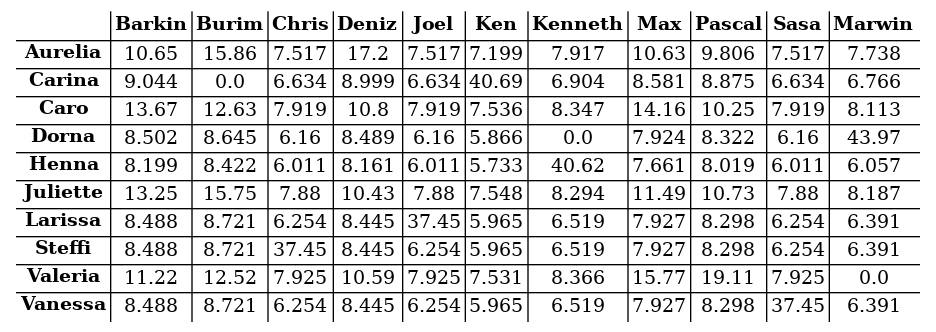
The Graphviz diagram s04/s04_tab.png in atticus-sullivan/sim-ayto, before a commit. Its source is kept beside it as s04/s04_tab.dot.
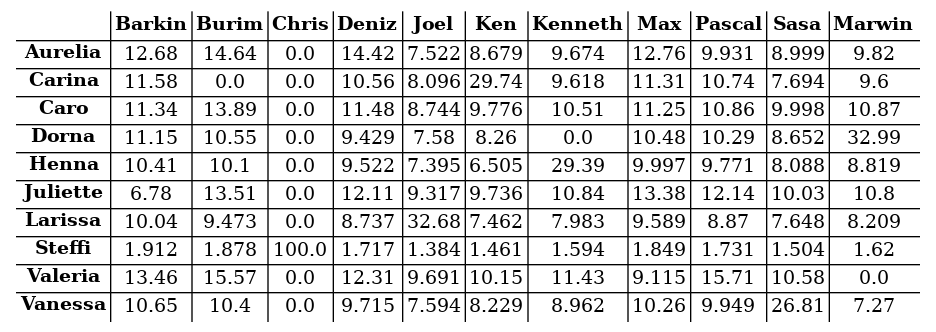
The same diagram one commit later.

Diff of the diagram source:
```diff
@@ -15,134 +15,134 @@
 <td><B>Marwin</B></td>
 </tr>
 <tr><td><B>Aurelia</B></td>
-<td><font color="black">10.65</font></td>
-<td><font color="black">15.86</font></td>
-<td><font color="black">7.517</font></td>
-<td><font color="black">17.2</font></td>
-<td><font color="black">7.517</font></td>
-<td><font color="black">7.199</font></td>
-<td><font color="black">7.917</font></td>
-<td><font color="black">10.63</font></td>
-<td><font color="black">9.806</font></td>
-<td><font color="black">7.517</font></td>
-<td><font color="black">7.738</font></td>
+<td><font color="black">12.68</font></td>
+<td><font color="black">14.64</font></td>
+<td><font color="black">0.0</font></td>
+<td><font color="black">14.42</font></td>
+<td><font color="black">7.522</font></td>
+<td><font color="black">8.679</font></td>
+<td><font color="black">9.674</font></td>
+<td><font color="black">12.76</font></td>
+<td><font color="black">9.931</font></td>
+<td><font color="black">8.999</font></td>
+<td><font color="black">9.82</font></td>
 </tr>
 <tr><td><B>Carina</B></td>
-<td><font color="black">9.044</font></td>
+<td><font color="black">11.58</font></td>
 <td><font color="black">0.0</font></td>
-<td><font color="black">6.634</font></td>
-<td><font color="black">8.999</font></td>
-<td><font color="black">6.634</font></td>
-<td><font color="black">40.69</font></td>
-<td><font color="black">6.904</font></td>
-<td><font color="black">8.581</font></td>
-<td><font color="black">8.875</font></td>
-<td><font color="black">6.634</font></td>
-<td><font color="black">6.766</font></td>
+<td><font color="black">0.0</font></td>
+<td><font color="black">10.56</font></td>
+<td><font color="black">8.096</font></td>
+<td><font color="black">29.74</font></td>
+<td><font color="black">9.618</font></td>
+<td><font color="black">11.31</font></td>
+<td><font color="black">10.74</font></td>
+<td><font color="black">7.694</font></td>
+<td><font color="black">9.6</font></td>
 </tr>
 <tr><td><B>Caro</B></td>
-<td><font color="black">13.67</font></td>
-<td><font color="black">12.63</font></td>
-<td><font color="black">7.919</font></td>
-<td><font color="black">10.8</font></td>
-<td><font color="black">7.919</font></td>
-<td><font color="black">7.536</font></td>
-<td><font color="black">8.347</font></td>
-<td><font color="black">14.16</font></td>
-<td><font color="black">10.25</font></td>
-<td><font color="black">7.919</font></td>
-<td><font color="black">8.113</font></td>
+<td><font color="black">11.34</font></td>
+<td><font color="black">13.89</font></td>
+<td><font color="black">0.0</font></td>
+<td><font color="black">11.48</font></td>
+<td><font color="black">8.744</font></td>
+<td><font color="black">9.776</font></td>
+<td><font color="black">10.51</font></td>
+<td><font color="black">11.25</font></td>
+<td><font color="black">10.86</font></td>
+<td><font color="black">9.998</font></td>
+<td><font color="black">10.87</font></td>
 </tr>
 <tr><td><B>Dorna</B></td>
-<td><font color="black">8.502</font></td>
-<td><font color="black">8.645</font></td>
-<td><font color="black">6.16</font></td>
-<td><font color="black">8.489</font></td>
-<td><font color="black">6.16</font></td>
-<td><font color="black">5.866</font></td>
+<td><font color="black">11.15</font></td>
+<td><font color="black">10.55</font></td>
 <td><font color="black">0.0</font></td>
-<td><font color="black">7.924</font></td>
-<td><font color="black">8.322</font></td>
-<td><font color="black">6.16</font></td>
-<td><font color="black">43.97</font></td>
+<td><font color="black">9.429</font></td>
+<td><font color="black">7.58</font></td>
+<td><font color="black">8.26</font></td>
+<td><font color="black">0.0</font></td>
+<td><font color="black">10.48</font></td>
+<td><font color="black">10.29</font></td>
+<td><font color="black">8.652</font></td>
+<td><font color="black">32.99</font></td>
 </tr>
 <tr><td><B>Henna</B></td>
-<td><font color="black">8.199</font></td>
-<td><font color="black">8.422</font></td>
-<td><font color="black">6.011</font></td>
-<td><font color="black">8.161</font></td>
-<td><font color="black">6.011</font></td>
-<td><font color="black">5.733</font></td>
-<td><font color="black">40.62</font></td>
-<td><font color="black">7.661</font></td>
-<td><font color="black">8.019</font></td>
-<td><font color="black">6.011</font></td>
-<td><font color="black">6.057</font></td>
+<td><font color="black">10.41</font></td>
+<td><font color="black">10.1</font></td>
+<td><font color="black">0.0</font></td>
+<td><font color="black">9.522</font></td>
+<td><font color="black">7.395</font></td>
+<td><font color="black">6.505</font></td>
+<td><font color="black">29.39</font></td>
+<td><font color="black">9.997</font></td>
+<td><font color="black">9.771</font></td>
+<td><font color="black">8.088</font></td>
+<td><font color="black">8.819</font></td>
 </tr>
 <tr><td><B>Juliette</B></td>
-<td><font color="black">13.25</font></td>
-<td><font color="black">15.75</font></td>
-<td><font color="black">7.88</font></td>
-<td><font color="black">10.43</font></td>
-<td><font color="black">7.88</font></td>
-<td><font color="black">7.548</font></td>
-<td><font color="black">8.294</font></td>
-<td><font color="black">11.49</font></td>
-<td><font color="black">10.73</font></td>
-<td><font color="black">7.88</font></td>
-<td><font color="black">8.187</font></td>
+<td><font color="black">6.78</font></td>
+<td><font color="black">13.51</font></td>
+<td><font color="black">0.0</font></td>
+<td><font color="black">12.11</font></td>
+<td><font color="black">9.317</font></td>
+<td><font color="black">9.736</font></td>
+<td><font color="black">10.84</font></td>
+<td><font color="black">13.38</font></td>
+<td><font color="black">12.14</font></td>
+<td><font color="black">10.03</font></td>
+<td><font color="black">10.8</font></td>
 </tr>
 <tr><td><B>Larissa</B></td>
-<td><font color="black">8.488</font></td>
-<td><font color="black">8.721</font></td>
-<td><font color="black">6.254</font></td>
-<td><font color="black">8.445</font></td>
-<td><font color="black">37.45</font></td>
-<td><font color="black">5.965</font></td>
-<td><font color="black">6.519</font></td>
-<td><font color="black">7.927</font></td>
-<td><font color="black">8.298</font></td>
-<td><font color="black">6.254</font></td>
-<td><font color="black">6.391</font></td>
+<td><font color="black">10.04</font></td>
+<td><font color="black">9.473</font></td>
+<td><font color="black">0.0</font></td>
+<td><font color="black">8.737</font></td>
+<td><font color="black">32.68</font></td>
+<td><font color="black">7.462</font></td>
+<td><font color="black">7.983</font></td>
+<td><font color="black">9.589</font></td>
+<td><font color="black">8.87</font></td>
+<td><font color="black">7.648</font></td>
+<td><font color="black">8.209</font></td>
 </tr>
 <tr><td><B>Steffi</B></td>
-<td><font color="black">8.488</font></td>
-<td><font color="black">8.721</font></td>
-<td><font color="black">37.45</font></td>
-<td><font color="black">8.445</font></td>
-<td><font color="black">6.254</font></td>
-<td><font color="black">5.965</font></td>
-<td><font color="black">6.519</font></td>
-<td><font color="black">7.927</font></td>
-<td><font color="black">8.298</font></td>
-<td><font color="black">6.254</font></td>
-<td><font color="black">6.391</font></td>
+<td><font color="black">1.912</font></td>
+<td><font color="black">1.878</font></td>
+<td><font color="black">100.0</font></td>
+<td><font color="black">1.717</font></td>
+<td><font color="black">1.384</font></td>
+<td><font color="black">1.461</font></td>
+<td><font color="black">1.594</font></td>
+<td><font color="black">1.849</font></td>
+<td><font color="black">1.731</font></td>
+<td><font color="black">1.504</font></td>
+<td><font color="black">1.62</font></td>
 </tr>
 <tr><td><B>Valeria</B></td>
-<td><font color="black">11.22</font></td>
-<td><font color="black">12.52</font></td>
-<td><font color="black">7.925</font></td>
-<td><font color="black">10.59</font></td>
-<td><font color="black">7.925</font></td>
-<td><font color="black">7.531</font></td>
-<td><font color="black">8.366</font></td>
-<td><font color="black">15.77</font></td>
-<td><font color="black">19.11</font></td>
-<td><font color="black">7.925</font></td>
+<td><font color="black">13.46</font></td>
+<td><font color="black">15.57</font></td>
+<td><font color="black">0.0</font></td>
+<td><font color="black">12.31</font></td>
+<td><font color="black">9.691</font></td>
+<td><font color="black">10.15</font></td>
+<td><font color="black">11.43</font></td>
+<td><font color="black">9.115</font></td>
+<td><font color="black">15.71</font></td>
+<td><font color="black">10.58</font></td>
 <td><font color="black">0.0</font></td>
 </tr>
 <tr><td><B>Vanessa</B></td>
-<td><font color="black">8.488</font></td>
-<td><font color="black">8.721</font></td>
-<td><font color="black">6.254</font></td>
-<td><font color="black">8.445</font></td>
-<td><font color="black">6.254</font></td>
-<td><font color="black">5.965</font></td>
-<td><font color="black">6.519</font></td>
-<td><font color="black">7.927</font></td>
-<td><font color="black">8.298</font></td>
-<td><font color="black">37.45</font></td>
-<td><font color="black">6.391</font></td>
+<td><font color="black">10.65</font></td>
+<td><font color="black">10.4</font></td>
+<td><font color="black">0.0</font></td>
+<td><font color="black">9.715</font></td>
+<td><font color="black">7.594</font></td>
+<td><font color="black">8.229</font></td>
+<td><font color="black">8.962</font></td>
+<td><font color="black">10.26</font></td>
+<td><font color="black">9.949</font></td>
+<td><font color="black">26.81</font></td>
+<td><font color="black">7.27</font></td>
 </tr>
 </table>
 >];}
```
